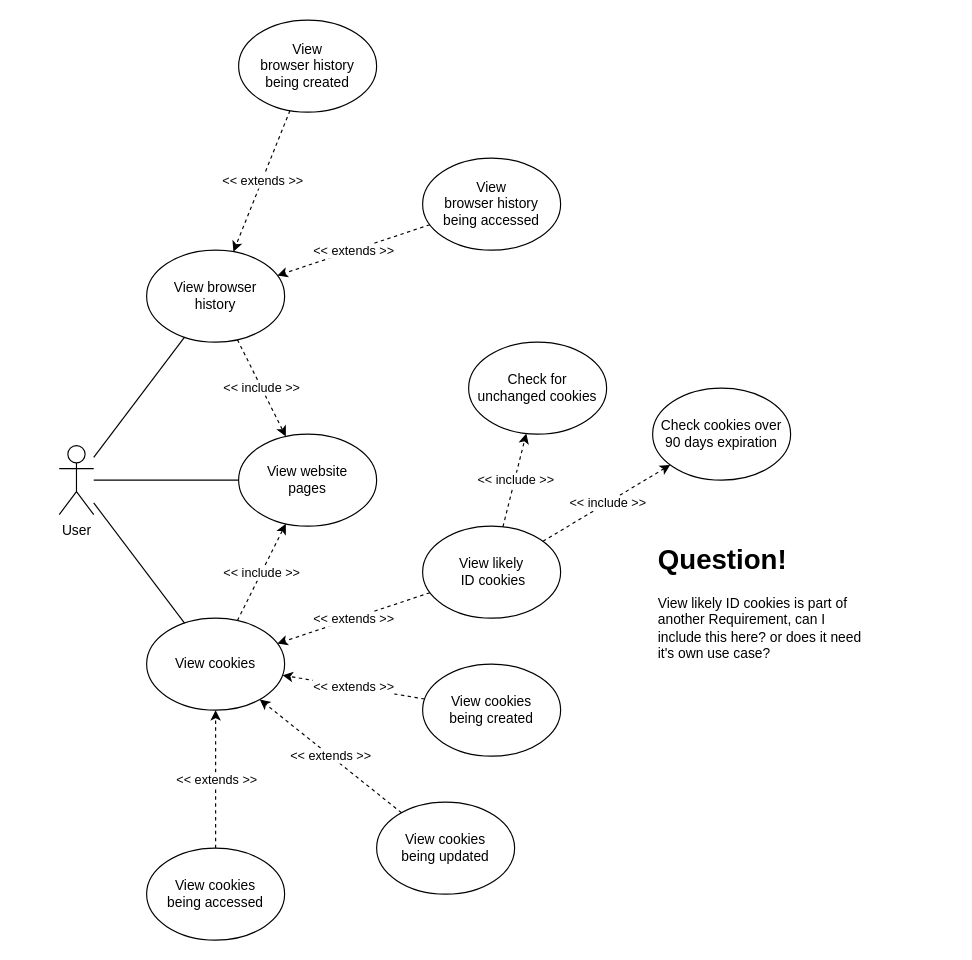
Above: documentation/Use-Cases/View-Cookies-History.drawio in 19ATF72/Telemetry-Analysis (draw.io), before the change. Source tidied: cells renumbered, new cells numbered last; positions are measured from the earlier drawing's top-left corner, leaving out a move shared by most shapes. Both pictures are drawn from the tidied source at 115%, with x=0, y=0 at pixel (59, 20).
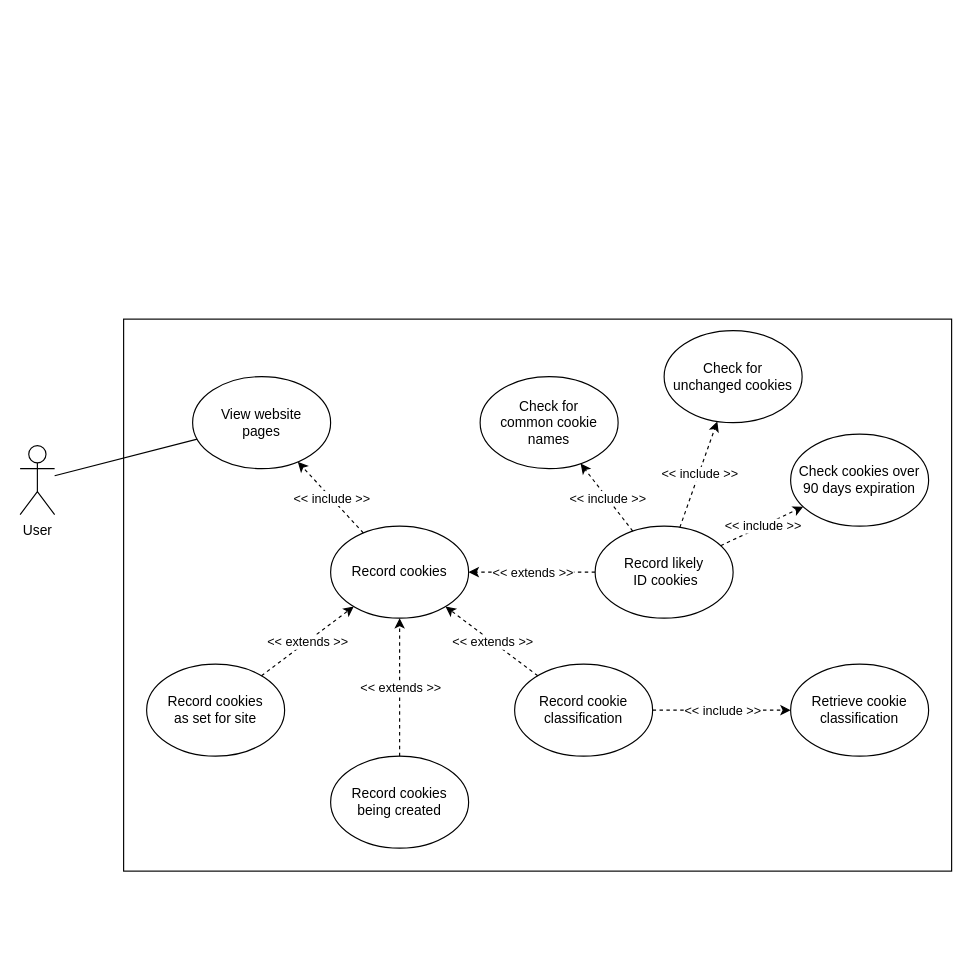
Above is the later version.

Change to the diagram source:
```diff
@@
+    <mxCell id="38" style="rounded=0;whiteSpace=wrap;html=1;" parent="1" vertex="1">
+      <mxGeometry x="56" y="260" width="720" height="480" as="geometry" />
+    </mxCell>
     <mxCell id="2" value="User" style="shape=umlActor;verticalLabelPosition=bottom;verticalAlign=top;html=1;outlineConnect=0;" parent="1" vertex="1">
-      <mxGeometry y="370" width="30" height="60" as="geometry" />
+      <mxGeometry x="-34" y="370" width="30" height="60" as="geometry" />
     </mxCell>
@@
-    <mxCell id="4" value="View cookies" style="ellipse;whiteSpace=wrap;html=1;" parent="1" vertex="1">
-      <mxGeometry x="76" y="520" width="120" height="80" as="geometry" />
+    <mxCell id="4" value="Record cookies" style="ellipse;whiteSpace=wrap;html=1;" parent="1" vertex="1">
+      <mxGeometry x="236" y="440" width="120" height="80" as="geometry" />
     </mxCell>
-    <mxCell id="5" style="endArrow=none;html=1;" parent="1" edge="1" source="2" target="4">
-      <mxGeometry relative="1" as="geometry" />
-    </mxCell>
     <mxCell id="6" value="View website&lt;br&gt;pages" style="ellipse;whiteSpace=wrap;html=1;" parent="1" vertex="1">
-      <mxGeometry x="156" y="360" width="120" height="80" as="geometry" />
+      <mxGeometry x="116" y="310" width="120" height="80" as="geometry" />
     </mxCell>
@@
-    <mxCell id="9" value="View browser&lt;br&gt;history" style="ellipse;whiteSpace=wrap;html=1;" parent="1" vertex="1">
-      <mxGeometry x="76" y="200" width="120" height="80" as="geometry" />
-    </mxCell>
-    <mxCell id="10" style="endArrow=none;html=1;" parent="1" edge="1" source="2" target="9">
-      <mxGeometry relative="1" as="geometry" />
-    </mxCell>
-    <mxCell id="11" style="endArrow=classic;html=1;dashed=1;" parent="1" edge="1" source="9" target="6">
-      <mxGeometry relative="1" as="geometry" />
-    </mxCell>
-    <mxCell id="12" value="&amp;lt;&amp;lt; include &amp;gt;&amp;gt;" style="edgeLabel;html=1;align=center;verticalAlign=middle;" parent="11" vertex="1">
-      <mxGeometry relative="1" as="geometry" />
-    </mxCell>
-    <mxCell id="13" value="View cookies &lt;br&gt;being accessed" style="ellipse;whiteSpace=wrap;html=1;" parent="1" vertex="1">
-      <mxGeometry x="76" y="720" width="120" height="80" as="geometry" />
+    <mxCell id="13" value="Record cookies&lt;br&gt;as set for site" style="ellipse;whiteSpace=wrap;html=1;" parent="1" vertex="1">
+      <mxGeometry x="76" y="560" width="120" height="80" as="geometry" />
     </mxCell>
-    <mxCell id="14" value="View cookies &lt;br&gt;being created" style="ellipse;whiteSpace=wrap;html=1;" parent="1" vertex="1">
-      <mxGeometry x="316" y="560" width="120" height="80" as="geometry" />
+    <mxCell id="14" value="Record cookies &lt;br&gt;being created" style="ellipse;whiteSpace=wrap;html=1;" parent="1" vertex="1">
+      <mxGeometry x="236" y="640" width="120" height="80" as="geometry" />
     </mxCell>
-    <mxCell id="15" value="View cookies &lt;br&gt;being updated" style="ellipse;whiteSpace=wrap;html=1;" parent="1" vertex="1">
-      <mxGeometry x="276" y="680" width="120" height="80" as="geometry" />
-    </mxCell>
@@
-    <mxCell id="18" style="endArrow=classic;html=1;dashed=1;" parent="1" edge="1" source="15" target="4">
-      <mxGeometry relative="1" as="geometry" />
-    </mxCell>
-    <mxCell id="19" value="&amp;lt;&amp;lt; extends &amp;gt;&amp;gt;" style="edgeLabel;html=1;align=center;verticalAlign=middle;" parent="18" vertex="1">
-      <mxGeometry relative="1" as="geometry" />
-    </mxCell>
@@
-    <mxCell id="22" value="View &lt;br&gt;browser history&lt;br&gt;being accessed" style="ellipse;whiteSpace=wrap;html=1;" parent="1" vertex="1">
-      <mxGeometry x="316" y="120" width="120" height="80" as="geometry" />
-    </mxCell>
-    <mxCell id="23" style="endArrow=classic;html=1;dashed=1;" parent="1" edge="1" source="22" target="9">
-      <mxGeometry relative="1" as="geometry" />
-    </mxCell>
-    <mxCell id="24" value="&amp;lt;&amp;lt; extends &amp;gt;&amp;gt;" style="edgeLabel;html=1;align=center;verticalAlign=middle;" parent="23" vertex="1">
-      <mxGeometry relative="1" as="geometry" />
-    </mxCell>
-    <mxCell id="25" style="endArrow=classic;html=1;dashed=1;" parent="1" edge="1" source="27" target="9">
-      <mxGeometry relative="1" as="geometry" />
-    </mxCell>
-    <mxCell id="26" value="&amp;lt;&amp;lt; extends &amp;gt;&amp;gt;" style="edgeLabel;html=1;align=center;verticalAlign=middle;" parent="25" vertex="1">
-      <mxGeometry relative="1" as="geometry" />
-    </mxCell>
-    <mxCell id="27" value="View &lt;br&gt;browser history&lt;br&gt;being created" style="ellipse;whiteSpace=wrap;html=1;" parent="1" vertex="1">
-      <mxGeometry x="156" width="120" height="80" as="geometry" />
-    </mxCell>
-    <mxCell id="28" value="View likely&lt;br&gt;&amp;nbsp;ID cookies" style="ellipse;whiteSpace=wrap;html=1;" parent="1" vertex="1">
-      <mxGeometry x="316" y="440" width="120" height="80" as="geometry" />
+    <mxCell id="28" value="Record likely&lt;br&gt;&amp;nbsp;ID cookies" style="ellipse;whiteSpace=wrap;html=1;" parent="1" vertex="1">
+      <mxGeometry x="466" y="440" width="120" height="80" as="geometry" />
     </mxCell>
     <mxCell id="29" value="Check for &lt;br&gt;unchanged cookies" style="ellipse;whiteSpace=wrap;html=1;" parent="1" vertex="1">
-      <mxGeometry x="356" y="280" width="120" height="80" as="geometry" />
+      <mxGeometry x="526" y="270" width="120" height="80" as="geometry" />
     </mxCell>
     <mxCell id="30" value="Check cookies over 90 days expiration" style="ellipse;whiteSpace=wrap;html=1;" parent="1" vertex="1">
-      <mxGeometry x="516" y="320" width="120" height="80" as="geometry" />
+      <mxGeometry x="636" y="360" width="120" height="80" as="geometry" />
     </mxCell>
@@
-    <mxCell id="37" value="&lt;h1&gt;Question!&lt;/h1&gt;&lt;p&gt;View likely ID cookies is part of another Requirement, can I include this here? or does it need it's own use case?&lt;/p&gt;" style="text;html=1;strokeColor=none;fillColor=none;spacing=5;spacingTop=-20;whiteSpace=wrap;overflow=hidden;rounded=0;" parent="1" vertex="1">
-      <mxGeometry x="516" y="450" width="190" height="120" as="geometry" />
-    </mxCell>
+    <mxCell id="39" value="Record cookie&lt;br&gt;classification" style="ellipse;whiteSpace=wrap;html=1;" parent="1" vertex="1">
+      <mxGeometry x="396" y="560" width="120" height="80" as="geometry" />
+    </mxCell>
+    <mxCell id="40" style="endArrow=classic;html=1;dashed=1;" parent="1" edge="1" source="39" target="4">
+      <mxGeometry relative="1" as="geometry" />
+    </mxCell>
+    <mxCell id="41" value="&amp;lt;&amp;lt; extends &amp;gt;&amp;gt;" style="edgeLabel;html=1;align=center;verticalAlign=middle;" parent="40" vertex="1">
+      <mxGeometry relative="1" as="geometry" />
+    </mxCell>
+    <mxCell id="42" style="endArrow=classic;html=1;dashed=1;" parent="1" edge="1" source="39" target="44">
+      <mxGeometry relative="1" as="geometry" />
+    </mxCell>
+    <mxCell id="43" value="&amp;lt;&amp;lt; include &amp;gt;&amp;gt;" style="edgeLabel;html=1;align=center;verticalAlign=middle;" parent="42" vertex="1">
+      <mxGeometry relative="1" as="geometry" />
+    </mxCell>
+    <mxCell id="44" value="Retrieve cookie&lt;br&gt;classification" style="ellipse;whiteSpace=wrap;html=1;" parent="1" vertex="1">
+      <mxGeometry x="636" y="560" width="120" height="80" as="geometry" />
+    </mxCell>
+    <mxCell id="45" value="Check for&lt;br&gt;common cookie&lt;br&gt;names" style="ellipse;whiteSpace=wrap;html=1;" parent="1" vertex="1">
+      <mxGeometry x="366" y="310" width="120" height="80" as="geometry" />
+    </mxCell>
+    <mxCell id="46" style="endArrow=classic;html=1;dashed=1;" parent="1" edge="1" source="28" target="45">
+      <mxGeometry relative="1" as="geometry" />
+    </mxCell>
+    <mxCell id="47" value="&amp;lt;&amp;lt; include &amp;gt;&amp;gt;" style="edgeLabel;html=1;align=center;verticalAlign=middle;" parent="46" vertex="1">
+      <mxGeometry relative="1" as="geometry" />
+    </mxCell>
```
